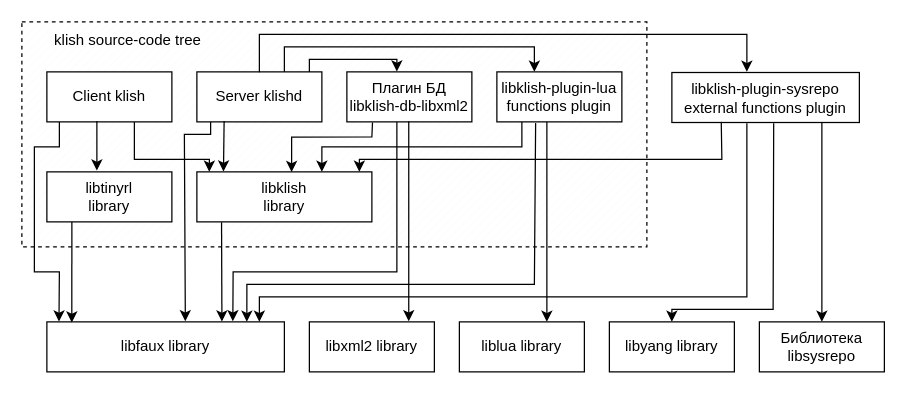
Above: docs/klish-libs.en.drawio in distro-core-curated-mirrors/klish (draw.io), before the change. Source tidied: cells renumbered, new cells numbered last; positions are measured from the earlier drawing's top-left corner, leaving out a move shared by most shapes. Both pictures are drawn from the tidied source at 125%, with x=0, y=0 at pixel (21, 21).
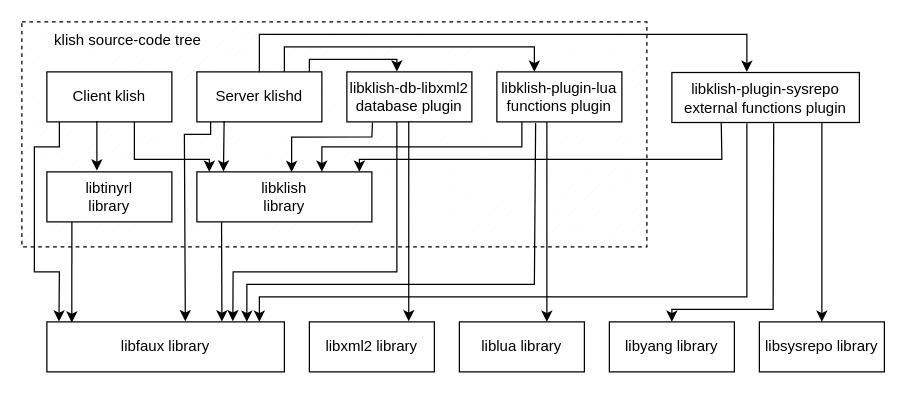
Above is the later version.

Change to the diagram source:
```diff
@@
-    <mxCell id="9" value="Плагин БД&lt;br&gt;libklish-db-libxml2" style="whiteSpace=wrap;html=1;align=center;" parent="1" vertex="1">
+    <mxCell id="9" value="libklish-db-libxml2 database plugin" style="whiteSpace=wrap;html=1;align=center;" parent="1" vertex="1">
       <mxGeometry x="260" y="40" width="100" height="40" as="geometry" />
     </mxCell>
@@
-    <mxCell id="13" value="Библиотека libsysrepo" style="whiteSpace=wrap;html=1;align=center;" parent="1" vertex="1">
+    <mxCell id="13" value="libsysrepo library" style="whiteSpace=wrap;html=1;align=center;" parent="1" vertex="1">
       <mxGeometry x="590" y="240" width="100" height="40" as="geometry" />
     </mxCell>
```
